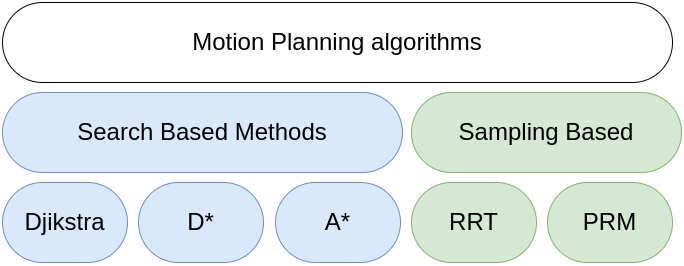
Before: report/graphics/Images/Background/Trajectory Generation/Motion_planing_algorithms.drawio.png, a diagram exported from draw.io (Planning-and-Control-in-Space-Cobot/PIC). Source tidied: cells renumbered, new cells last; positions are measured from the earlier drawing's top-left corner, leaving out a move shared by most shapes.
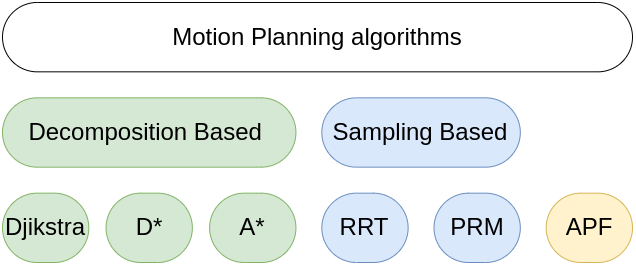
Above is the later version.

Change to the diagram source:
```diff
@@ -3,34 +3,31 @@
     <mxCell id="0" />
     <mxCell id="1" parent="0" />
     <mxCell id="2" value="&lt;span style=&quot;font-size: 24px;&quot;&gt;Motion Planning algorithms&lt;/span&gt;" style="rounded=1;whiteSpace=wrap;html=1;gradientColor=none;fillColor=default;arcSize=50;" parent="1" vertex="1">
-      <mxGeometry width="670" height="80" as="geometry" />
+      <mxGeometry x="20" y="10" width="630" height="69.3" as="geometry" />
     </mxCell>
-    <mxCell id="3" value="&lt;span style=&quot;font-size: 24px;&quot;&gt;Search Based Methods&lt;/span&gt;" style="rounded=1;whiteSpace=wrap;html=1;fillColor=#dae8fc;arcSize=50;strokeColor=#6c8ebf;" parent="1" vertex="1">
-      <mxGeometry y="90" width="400" height="80" as="geometry" />
+    <mxCell id="3" value="&lt;span style=&quot;font-size: 24px;&quot;&gt;Decomposition Based&amp;nbsp;&lt;/span&gt;" style="rounded=1;whiteSpace=wrap;html=1;fillColor=#d5e8d4;arcSize=50;strokeColor=#82b366;" parent="1" vertex="1">
+      <mxGeometry x="20" y="105.3" width="293.4" height="69.3" as="geometry" />
     </mxCell>
+    <mxCell id="8" value="&lt;span style=&quot;font-size: 24px;&quot;&gt;Djikstra&lt;/span&gt;" style="rounded=1;whiteSpace=wrap;html=1;fillColor=#d5e8d4;arcSize=50;strokeColor=#82b366;" parent="1" vertex="1">
+      <mxGeometry x="20" y="200.7" width="86.3" height="69.3" as="geometry" />
+    </mxCell>
-    <mxCell id="4" value="&lt;span style=&quot;font-size: 24px;&quot;&gt;Sampling Based&lt;/span&gt;" style="rounded=1;whiteSpace=wrap;html=1;fillColor=#d5e8d4;arcSize=50;strokeColor=#82b366;" parent="1" vertex="1">
-      <mxGeometry x="409" y="90" width="270" height="80" as="geometry" />
+    <mxCell id="4" value="&lt;span style=&quot;font-size: 24px;&quot;&gt;Sampling Based&lt;/span&gt;" style="rounded=1;whiteSpace=wrap;html=1;fillColor=#dae8fc;arcSize=50;strokeColor=#6c8ebf;" parent="1" vertex="1">
+      <mxGeometry x="339.3" y="105.3" width="198.5" height="69.3" as="geometry" />
     </mxCell>
+    <mxCell id="11" value="&lt;span style=&quot;font-size: 24px;&quot;&gt;D*&lt;/span&gt;" style="rounded=1;whiteSpace=wrap;html=1;fillColor=#d5e8d4;arcSize=50;strokeColor=#82b366;" parent="1" vertex="1">
+      <mxGeometry x="123.6" y="200.7" width="86.3" height="69.3" as="geometry" />
+    </mxCell>
+    <mxCell id="7" value="&lt;span style=&quot;font-size: 24px;&quot;&gt;A*&lt;/span&gt;" style="rounded=1;whiteSpace=wrap;html=1;fillColor=#d5e8d4;arcSize=50;strokeColor=#82b366;" parent="1" vertex="1">
+      <mxGeometry x="227.1" y="200.7" width="86.3" height="69.3" as="geometry" />
+    </mxCell>
-    <mxCell id="5" value="&lt;span style=&quot;font-size: 24px;&quot;&gt;RRT&lt;/span&gt;" style="rounded=1;whiteSpace=wrap;html=1;fillColor=#d5e8d4;arcSize=50;strokeColor=#82b366;" parent="1" vertex="1">
-      <mxGeometry x="409" y="180" width="125" height="80" as="geometry" />
+    <mxCell id="5" value="&lt;span style=&quot;font-size: 24px;&quot;&gt;RRT&lt;/span&gt;" style="rounded=1;whiteSpace=wrap;html=1;fillColor=#dae8fc;arcSize=50;strokeColor=#6c8ebf;" parent="1" vertex="1">
+      <mxGeometry x="339.3" y="200.7" width="86.3" height="69.3" as="geometry" />
     </mxCell>
-    <mxCell id="6" value="&lt;span style=&quot;font-size: 24px;&quot;&gt;PRM&lt;/span&gt;" style="rounded=1;whiteSpace=wrap;html=1;fillColor=#d5e8d4;arcSize=50;strokeColor=#82b366;" parent="1" vertex="1">
-      <mxGeometry x="545" y="180" width="125" height="80" as="geometry" />
+    <mxCell id="6" value="&lt;span style=&quot;font-size: 24px;&quot;&gt;PRM&lt;/span&gt;" style="rounded=1;whiteSpace=wrap;html=1;fillColor=#dae8fc;arcSize=50;strokeColor=#6c8ebf;" parent="1" vertex="1">
+      <mxGeometry x="451.5" y="200.7" width="86.3" height="69.3" as="geometry" />
     </mxCell>
-    <mxCell id="7" value="&lt;span style=&quot;font-size: 24px;&quot;&gt;D*&lt;/span&gt;" style="rounded=1;whiteSpace=wrap;html=1;fillColor=#dae8fc;arcSize=50;strokeColor=#6c8ebf;" parent="1" vertex="1">
-      <mxGeometry x="136" y="180" width="125" height="80" as="geometry" />
-    </mxCell>
-    <mxCell id="8" value="&lt;span style=&quot;font-size: 24px;&quot;&gt;A*&lt;/span&gt;" style="rounded=1;whiteSpace=wrap;html=1;fillColor=#dae8fc;arcSize=50;strokeColor=#6c8ebf;" parent="1" vertex="1">
-      <mxGeometry x="273" y="180" width="125" height="80" as="geometry" />
-    </mxCell>
-    <mxCell id="9" style="edgeStyle=none;curved=1;rounded=0;orthogonalLoop=1;jettySize=auto;html=1;entryX=1;entryY=0.5;entryDx=0;entryDy=0;fontSize=12;startSize=8;endSize=8;" parent="1" edge="1">
-      <mxGeometry relative="1" as="geometry">
-        <mxPoint x="380" y="220" as="sourcePoint" />
-        <mxPoint x="380" y="220" as="targetPoint" />
-      </mxGeometry>
-    </mxCell>
-    <mxCell id="10" value="&lt;span style=&quot;font-size: 24px;&quot;&gt;Djikstra&lt;/span&gt;" style="rounded=1;whiteSpace=wrap;html=1;fillColor=#dae8fc;arcSize=50;strokeColor=#6c8ebf;" parent="1" vertex="1">
-      <mxGeometry y="180" width="125" height="80" as="geometry" />
-    </mxCell>
+    <mxCell id="12" value="&lt;span style=&quot;font-size: 24px;&quot;&gt;APF&lt;/span&gt;" style="rounded=1;whiteSpace=wrap;html=1;fillColor=#fff2cc;arcSize=50;strokeColor=#d6b656;" parent="1" vertex="1">
+      <mxGeometry x="563.7" y="200.7" width="86.3" height="69.3" as="geometry" />
+    </mxCell>
   </root>
 </mxGraphModel>
```
